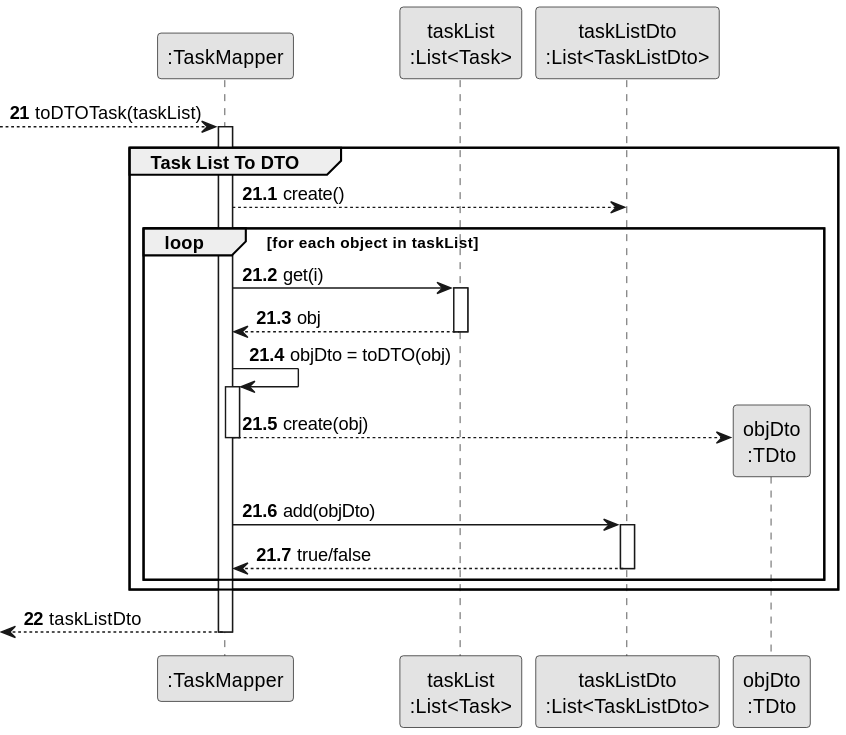
The PlantUML diagram docs/sprint3/us21/03.design/svg/us21-partial-sequence-diagram-DTO-Task.svg in Departamento-de-Engenharia-Informatica/lei-24-s2-1db-g022, before a commit.
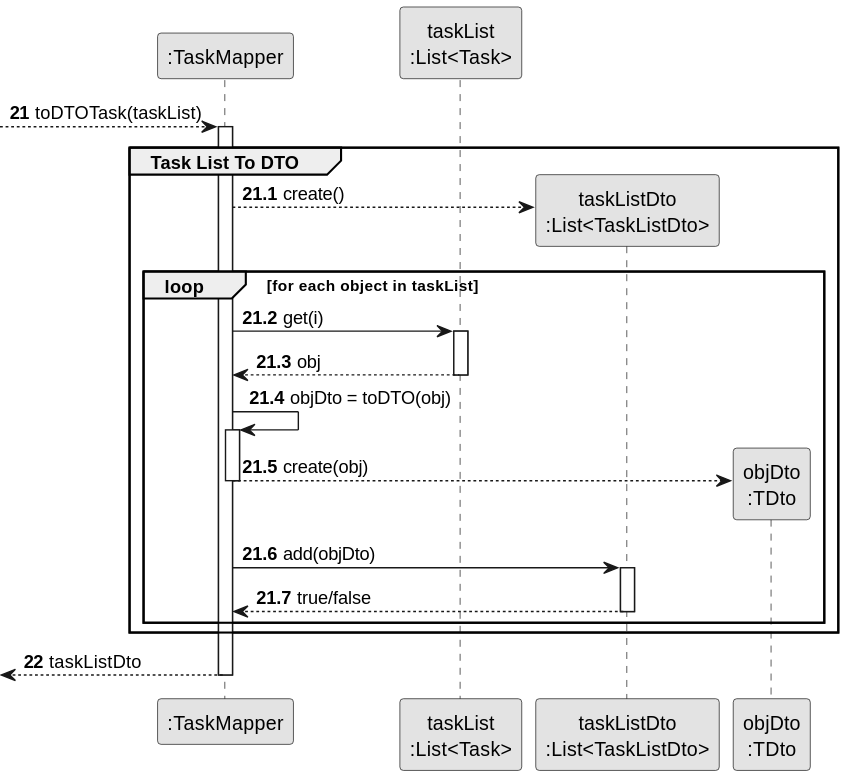
After the commit.

Commit message:
Rectification DTO partial diagram US20,US21,US23

What changed in the source:
```diff
@@ -18,7 +18,7 @@
 
 group Task List To DTO
 
-        TMP --> TLDTO : create()
+        TMP --> TLDTO** : create()
 
     loop for each object in taskList
 
```
